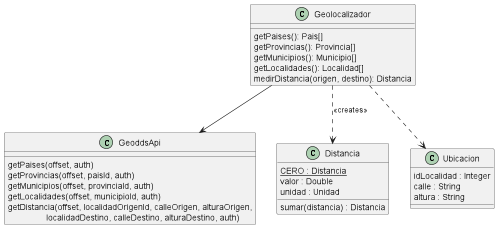
This is docs/img/geolocalizacion.png from RaniAgus/dds-2022, a PlantUML export, as it was before one commit. Its diagram source:
```plantuml
@startuml

class Geolocalizador {
    getPaises(): Pais[]
    getProvincias(): Provincia[]
    getMunicipios(): Municipio[]
    getLocalidades(): Localidad[]
    medirDistancia(origen, destino): Distancia
}

Geolocalizador --> GeoddsApi
Geolocalizador ..> Distancia : <<creates>>
Geolocalizador ..> Ubicacion

class GeoddsApi {
    getPaises(offset, auth)
    getProvincias(offset, paisId, auth)
    getMunicipios(offset, provinciaId, auth)
    getLocalidades(offset, municipioId, auth)
    getDistancia(offset, localidadOrigenId, calleOrigen, alturaOrigen,
    \t\tlocalidadDestino, calleDestino, alturaDestino, auth)
}

class Distancia {
    {static} CERO : Distancia
    valor : Double
    unidad : Unidad
    sumar(distancia) : Distancia
}

class Ubicacion {
    idLocalidad : Integer
    calle : String
    altura : String
}

@enduml
```
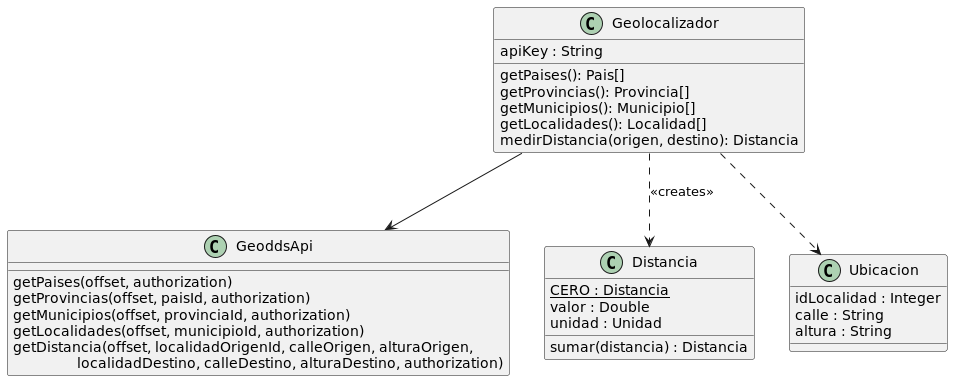
After the commit.

The edit, as a diff of the source:
```diff
@@ -1,6 +1,7 @@
 @startuml
 
 class Geolocalizador {
+    apiKey : String
     getPaises(): Pais[]
     getProvincias(): Provincia[]
     getMunicipios(): Municipio[]
@@ -13,12 +14,12 @@
 Geolocalizador ..> Ubicacion
 
 class GeoddsApi {
-    getPaises(offset, auth)
-    getProvincias(offset, paisId, auth)
-    getMunicipios(offset, provinciaId, auth)
-    getLocalidades(offset, municipioId, auth)
+    getPaises(offset, authorization)
+    getProvincias(offset, paisId, authorization)
+    getMunicipios(offset, provinciaId, authorization)
+    getLocalidades(offset, municipioId, authorization)
     getDistancia(offset, localidadOrigenId, calleOrigen, alturaOrigen,
-    \t\tlocalidadDestino, calleDestino, alturaDestino, auth)
+    \t\tlocalidadDestino, calleDestino, alturaDestino, authorization)
 }
 
 class Distancia {
```
